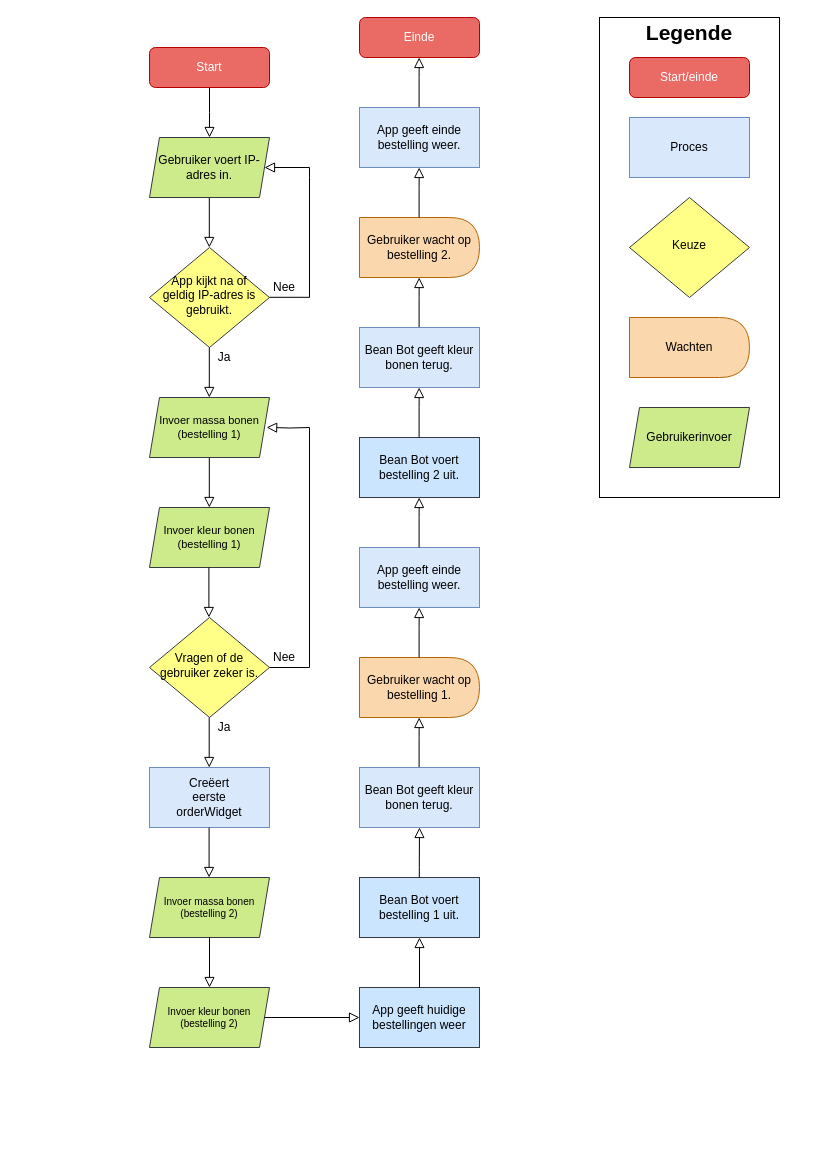
The draw.io diagram assets/Flowchart/flowchart.drawio in nickmansrob/pno2-beans, before the edit. Source tidied: cells renumbered, new cells numbered last; positions are measured from the earlier drawing's top-left corner, leaving out a move shared by most shapes. Both pictures are drawn from the tidied source at 100%, with x=0, y=0 at pixel (149, 17).
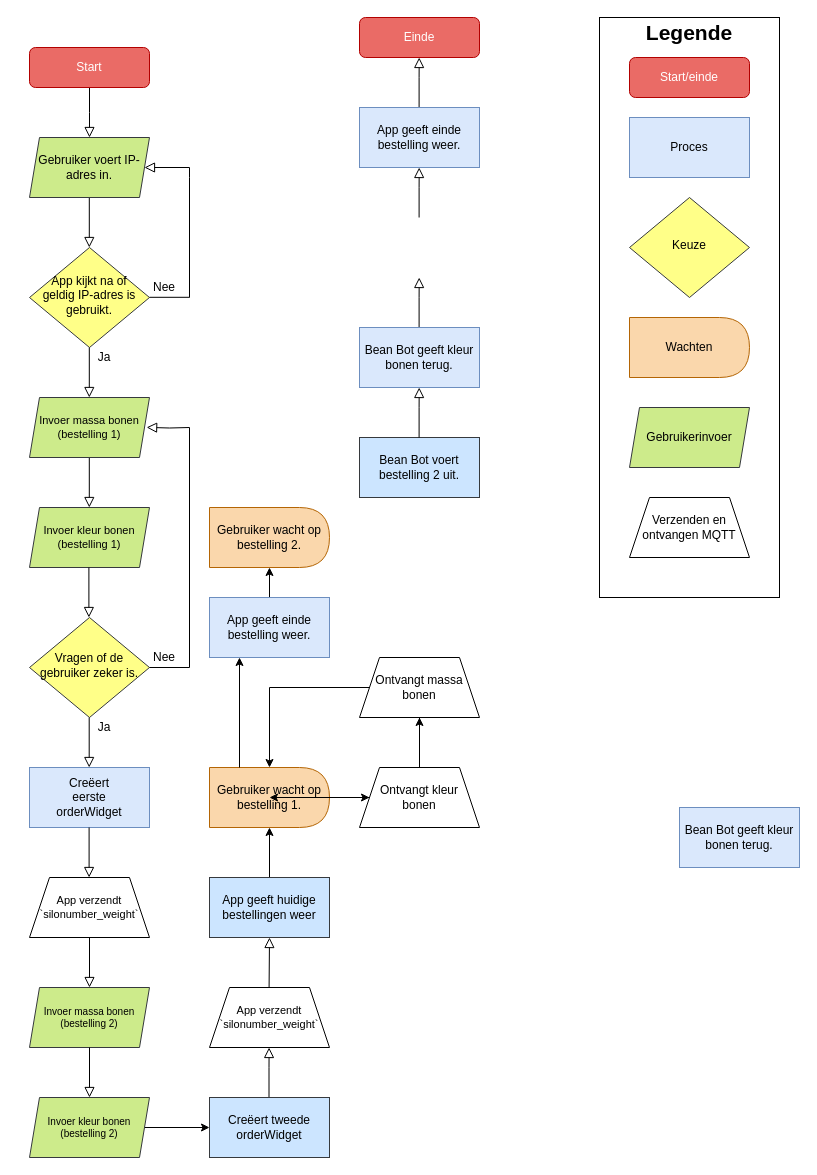
The same diagram, later.

Commit message (it also covers changes not shown here):
Flowchart updates and added belt emptier

Diff of the diagram source:
```diff
@@
     <mxCell id="2" style="rounded=0;whiteSpace=wrap;html=1;fontSize=12;fillColor=none;" parent="1" vertex="1">
-      <mxGeometry x="450" width="180" height="480" as="geometry" />
+      <mxGeometry x="450" width="180" height="580" as="geometry" />
     </mxCell>
     <mxCell id="3" style="rounded=0;html=1;jettySize=auto;fontSize=11;endArrow=block;endFill=0;endSize=8;strokeWidth=1;shadow=0;labelBackgroundColor=none;edgeStyle=orthogonalEdgeStyle;" parent="1" edge="1" source="4">
       <mxGeometry relative="1" as="geometry">
-        <mxPoint x="60" y="120" as="targetPoint" />
+        <mxPoint x="-60" y="120" as="targetPoint" />
       </mxGeometry>
     </mxCell>
     <mxCell id="4" value="&lt;div&gt;Start&lt;/div&gt;" style="rounded=1;whiteSpace=wrap;html=1;fontSize=12;glass=0;strokeWidth=1;shadow=0;fillColor=#EA6B66;strokeColor=#B20000;fontColor=#ffffff;" parent="1" vertex="1">
-      <mxGeometry y="30" width="120" height="40" as="geometry" />
+      <mxGeometry x="-120" y="30" width="120" height="40" as="geometry" />
     </mxCell>
     <mxCell id="5" style="rounded=0;html=1;jettySize=auto;orthogonalLoop=1;fontSize=11;endArrow=block;endFill=0;endSize=8;strokeWidth=1;shadow=0;labelBackgroundColor=none;edgeStyle=orthogonalEdgeStyle;" parent="1" edge="1">
       <mxGeometry relative="1" as="geometry">
-        <mxPoint x="59.8" y="180" as="sourcePoint" />
-        <mxPoint x="59.8" y="230" as="targetPoint" />
+        <mxPoint x="-60.2" y="180" as="sourcePoint" />
+        <mxPoint x="-60.2" y="230" as="targetPoint" />
       </mxGeometry>
     </mxCell>
     <mxCell id="6" style="rounded=0;html=1;jettySize=auto;orthogonalLoop=1;fontSize=11;endArrow=block;endFill=0;endSize=8;strokeWidth=1;shadow=0;labelBackgroundColor=none;edgeStyle=orthogonalEdgeStyle;" parent="1" edge="1">
       <mxGeometry relative="1" as="geometry">
-        <mxPoint x="59.8" y="440" as="sourcePoint" />
-        <mxPoint x="59.8" y="490" as="targetPoint" />
+        <mxPoint x="-60.2" y="440" as="sourcePoint" />
+        <mxPoint x="-60.2" y="490" as="targetPoint" />
       </mxGeometry>
     </mxCell>
     <mxCell id="7" value="&lt;div&gt;Vragen of de gebruiker zeker is.&lt;/div&gt;" style="rhombus;whiteSpace=wrap;html=1;shadow=0;fontFamily=Helvetica;fontSize=12;align=center;strokeWidth=1;spacing=6;spacingTop=-4;fillColor=#ffff88;strokeColor=#36393d;" parent="1" vertex="1">
-      <mxGeometry y="600" width="120" height="100" as="geometry" />
+      <mxGeometry x="-120" y="600" width="120" height="100" as="geometry" />
     </mxCell>
     <mxCell id="8" style="endArrow=none;html=1;rounded=0;" parent="1" edge="1">
       <mxGeometry relative="1" as="geometry">
-        <mxPoint x="160" y="650" as="sourcePoint" />
-        <mxPoint x="160" y="410" as="targetPoint" />
+        <mxPoint x="40" y="650" as="sourcePoint" />
+        <mxPoint x="40" y="410" as="targetPoint" />
       </mxGeometry>
     </mxCell>
     <mxCell id="9" style="endArrow=none;html=1;rounded=0;exitX=1;exitY=0.5;exitDx=0;exitDy=0;" parent="1" edge="1" source="7">
       <mxGeometry relative="1" as="geometry">
-        <mxPoint x="160" y="650" as="targetPoint" />
+        <mxPoint x="40" y="650" as="targetPoint" />
       </mxGeometry>
     </mxCell>
     <mxCell id="10" value="Nee" style="text;html=1;strokeColor=none;fillColor=none;align=center;verticalAlign=middle;whiteSpace=wrap;rounded=0;fontSize=12;" parent="1" vertex="1">
-      <mxGeometry x="120" y="630" width="30" height="20" as="geometry" />
+      <mxGeometry y="630" width="30" height="20" as="geometry" />
     </mxCell>
     <mxCell id="11" value="Ja" style="text;html=1;strokeColor=none;fillColor=none;align=center;verticalAlign=middle;whiteSpace=wrap;rounded=0;fontSize=12;" parent="1" vertex="1">
-      <mxGeometry x="60" y="700" width="30" height="20" as="geometry" />
+      <mxGeometry x="-60" y="700" width="30" height="20" as="geometry" />
     </mxCell>
     <mxCell id="12" style="rounded=0;html=1;jettySize=auto;orthogonalLoop=1;fontSize=11;endArrow=block;endFill=0;endSize=8;strokeWidth=1;shadow=0;labelBackgroundColor=none;edgeStyle=orthogonalEdgeStyle;" parent="1" edge="1">
       <mxGeometry relative="1" as="geometry">
-        <mxPoint x="59.7" y="700" as="sourcePoint" />
-        <mxPoint x="59.7" y="750" as="targetPoint" />
+        <mxPoint x="-60.3" y="700" as="sourcePoint" />
+        <mxPoint x="-60.3" y="750" as="targetPoint" />
       </mxGeometry>
     </mxCell>
+    <mxCell id="57" style="edgeStyle=orthogonalEdgeStyle;rounded=0;jettySize=auto;html=1;fontSize=12;" parent="1" edge="1" source="13" target="20">
+      <mxGeometry relative="1" as="geometry" />
+    </mxCell>
     <mxCell id="13" value="App geeft huidige bestellingen weer" style="rounded=0;whiteSpace=wrap;html=1;fillColor=#cce5ff;strokeColor=#36393d;" parent="1" vertex="1">
-      <mxGeometry x="210" y="970" width="120" height="60" as="geometry" />
+      <mxGeometry x="60" y="860" width="120" height="60" as="geometry" />
     </mxCell>
     <mxCell id="14" value="App kijkt na of geldig IP-adres is gebruikt." style="rhombus;whiteSpace=wrap;html=1;shadow=0;fontFamily=Helvetica;fontSize=12;align=center;strokeWidth=1;spacing=6;spacingTop=-4;fillColor=#ffff88;strokeColor=#36393d;" parent="1" vertex="1">
-      <mxGeometry y="230" width="120" height="100" as="geometry" />
+      <mxGeometry x="-120" y="230" width="120" height="100" as="geometry" />
     </mxCell>
     <mxCell id="15" style="endArrow=none;html=1;rounded=0;exitX=1;exitY=0.5;exitDx=0;exitDy=0;" parent="1" edge="1">
       <mxGeometry relative="1" as="geometry">
-        <mxPoint x="120" y="279.8" as="sourcePoint" />
-        <mxPoint x="160" y="279.8" as="targetPoint" />
+        <mxPoint y="279.8" as="sourcePoint" />
+        <mxPoint x="40" y="279.8" as="targetPoint" />
       </mxGeometry>
     </mxCell>
     <mxCell id="16" style="endArrow=none;html=1;rounded=0;" parent="1" edge="1">
       <mxGeometry relative="1" as="geometry">
-        <mxPoint x="160" y="280" as="sourcePoint" />
-        <mxPoint x="160" y="160" as="targetPoint" />
+        <mxPoint x="40" y="280" as="sourcePoint" />
+        <mxPoint x="40" y="160" as="targetPoint" />
       </mxGeometry>
     </mxCell>
     <mxCell id="17" value="Nee" style="text;html=1;strokeColor=none;fillColor=none;align=center;verticalAlign=middle;whiteSpace=wrap;rounded=0;fontSize=12;" parent="1" vertex="1">
-      <mxGeometry x="120" y="260" width="30" height="20" as="geometry" />
+      <mxGeometry y="260" width="30" height="20" as="geometry" />
     </mxCell>
     <mxCell id="18" style="rounded=0;html=1;jettySize=auto;orthogonalLoop=1;fontSize=11;endArrow=block;endFill=0;endSize=8;strokeWidth=1;shadow=0;labelBackgroundColor=none;edgeStyle=orthogonalEdgeStyle;" parent="1" edge="1">
       <mxGeometry relative="1" as="geometry">
-        <mxPoint x="59.8" y="330" as="sourcePoint" />
-        <mxPoint x="59.8" y="380" as="targetPoint" />
+        <mxPoint x="-60.2" y="330" as="sourcePoint" />
+        <mxPoint x="-60.2" y="380" as="targetPoint" />
       </mxGeometry>
     </mxCell>
     <mxCell id="19" value="Ja" style="text;html=1;strokeColor=none;fillColor=none;align=center;verticalAlign=middle;whiteSpace=wrap;rounded=0;fontSize=12;" parent="1" vertex="1">
-      <mxGeometry x="60" y="330" width="30" height="20" as="geometry" />
+      <mxGeometry x="-60" y="330" width="30" height="20" as="geometry" />
     </mxCell>
+    <mxCell id="58" style="edgeStyle=orthogonalEdgeStyle;rounded=0;jettySize=auto;html=1;fontSize=12;" parent="1" edge="1" source="20" target="70">
+      <mxGeometry relative="1" as="geometry" />
+    </mxCell>
     <mxCell id="20" value="Gebruiker wacht op bestelling 1." style="shape=delay;whiteSpace=wrap;html=1;fontSize=12;fillColor=#fad7ac;strokeColor=#b46504;" parent="1" vertex="1">
-      <mxGeometry x="210" y="640" width="120" height="60" as="geometry" />
+      <mxGeometry x="60" y="750" width="120" height="60" as="geometry" />
     </mxCell>
-    <mxCell id="21" value="&lt;div&gt;Bean Bot voert bestelling 1 uit.&lt;/div&gt;" style="rounded=0;whiteSpace=wrap;html=1;fillColor=#cce5ff;strokeColor=#36393d;" parent="1" vertex="1">
-      <mxGeometry x="210" y="860" width="120" height="60" as="geometry" />
-    </mxCell>
-    <mxCell id="22" style="rounded=0;html=1;jettySize=auto;orthogonalLoop=1;fontSize=11;endArrow=block;endFill=0;endSize=8;strokeWidth=1;shadow=0;labelBackgroundColor=none;edgeStyle=orthogonalEdgeStyle;" parent="1" edge="1">
-      <mxGeometry relative="1" as="geometry">
-        <mxPoint x="269.8" y="860" as="sourcePoint" />
-        <mxPoint x="270" y="810" as="targetPoint" />
-        <Array as="points">
-          <mxPoint x="270.2" y="850" />
-          <mxPoint x="270.2" y="850" />
-        </Array>
-      </mxGeometry>
-    </mxCell>
@@
     <mxCell id="29" value="Gebruiker voert IP-adres in." style="shape=parallelogram;perimeter=parallelogramPerimeter;whiteSpace=wrap;html=1;fixedSize=1;fontSize=12;fillColor=#cdeb8b;size=10;strokeColor=#36393d;" parent="1" vertex="1">
-      <mxGeometry y="120" width="120" height="60" as="geometry" />
+      <mxGeometry x="-120" y="120" width="120" height="60" as="geometry" />
     </mxCell>
     <mxCell id="30" style="rounded=0;html=1;jettySize=auto;fontSize=11;endArrow=block;endFill=0;endSize=8;strokeWidth=1;shadow=0;labelBackgroundColor=none;edgeStyle=orthogonalEdgeStyle;entryX=1;entryY=0.5;entryDx=0;entryDy=0;" parent="1" edge="1" target="29">
       <mxGeometry relative="1" as="geometry">
-        <mxPoint x="160" y="160" as="sourcePoint" />
+        <mxPoint x="40" y="160" as="sourcePoint" />
         <Array as="points">
-          <mxPoint x="160" y="150" />
+          <mxPoint x="40" y="150" />
         </Array>
       </mxGeometry>
     </mxCell>
@@
     <mxCell id="32" value="Invoer massa bonen (bestelling 1)" style="shape=parallelogram;perimeter=parallelogramPerimeter;whiteSpace=wrap;html=1;fixedSize=1;fontSize=11;fillColor=#cdeb8b;size=10;strokeColor=#36393d;" parent="1" vertex="1">
-      <mxGeometry y="380" width="120" height="60" as="geometry" />
+      <mxGeometry x="-120" y="380" width="120" height="60" as="geometry" />
     </mxCell>
     <mxCell id="33" style="rounded=0;html=1;jettySize=auto;fontSize=11;endArrow=block;endFill=0;endSize=8;strokeWidth=1;shadow=0;labelBackgroundColor=none;edgeStyle=orthogonalEdgeStyle;entryX=0.976;entryY=0.498;entryDx=0;entryDy=0;entryPerimeter=0;" parent="1" edge="1" target="32">
       <mxGeometry relative="1" as="geometry">
-        <mxPoint x="160" y="410" as="sourcePoint" />
+        <mxPoint x="40" y="410" as="sourcePoint" />
       </mxGeometry>
     </mxCell>
     <mxCell id="34" value="&lt;div style=&quot;font-size: 11px;&quot;&gt;Invoer kleur bonen (bestelling 1)&lt;br style=&quot;font-size: 11px;&quot;&gt;&lt;/div&gt;" style="shape=parallelogram;perimeter=parallelogramPerimeter;whiteSpace=wrap;html=1;fixedSize=1;fontSize=11;fillColor=#cdeb8b;size=10;strokeColor=#36393d;" parent="1" vertex="1">
-      <mxGeometry y="490" width="120" height="60" as="geometry" />
+      <mxGeometry x="-120" y="490" width="120" height="60" as="geometry" />
     </mxCell>
     <mxCell id="35" style="rounded=0;html=1;jettySize=auto;orthogonalLoop=1;fontSize=11;endArrow=block;endFill=0;endSize=8;strokeWidth=1;shadow=0;labelBackgroundColor=none;edgeStyle=orthogonalEdgeStyle;" parent="1" edge="1">
       <mxGeometry relative="1" as="geometry">
-        <mxPoint x="59.4" y="550" as="sourcePoint" />
-        <mxPoint x="59.4" y="600" as="targetPoint" />
+        <mxPoint x="-60.6" y="550" as="sourcePoint" />
+        <mxPoint x="-60.6" y="600" as="targetPoint" />
       </mxGeometry>
     </mxCell>
@@
+    <mxCell id="59" style="edgeStyle=orthogonalEdgeStyle;rounded=0;jettySize=auto;html=1;fontSize=12;" parent="1" edge="1" source="37" target="48">
+      <mxGeometry relative="1" as="geometry" />
+    </mxCell>
     <mxCell id="37" value="App geeft einde bestelling weer." style="rounded=0;whiteSpace=wrap;html=1;fillColor=#dae8fc;strokeColor=#6c8ebf;" parent="1" vertex="1">
-      <mxGeometry x="210" y="530" width="120" height="60" as="geometry" />
+      <mxGeometry x="60" y="580" width="120" height="60" as="geometry" />
     </mxCell>
     <mxCell id="38" style="rounded=0;html=1;jettySize=auto;orthogonalLoop=1;fontSize=11;endArrow=block;endFill=0;endSize=8;strokeWidth=1;shadow=0;labelBackgroundColor=none;edgeStyle=orthogonalEdgeStyle;" parent="1" edge="1">
       <mxGeometry relative="1" as="geometry">
-        <mxPoint x="269.6" y="750" as="sourcePoint" />
-        <mxPoint x="269.7" y="700" as="targetPoint" />
+        <mxPoint x="119.5" y="1080" as="sourcePoint" />
+        <mxPoint x="119.6" y="1030" as="targetPoint" />
         <Array as="points">
-          <mxPoint x="269.7" y="720" />
-          <mxPoint x="269.7" y="720" />
+          <mxPoint x="119.6" y="1050" />
+          <mxPoint x="119.6" y="1050" />
         </Array>
       </mxGeometry>
     </mxCell>
-    <mxCell id="39" style="rounded=0;html=1;jettySize=auto;orthogonalLoop=1;fontSize=11;endArrow=block;endFill=0;endSize=8;strokeWidth=1;shadow=0;labelBackgroundColor=none;edgeStyle=orthogonalEdgeStyle;" parent="1" edge="1">
-      <mxGeometry relative="1" as="geometry">
-        <mxPoint x="269.6" y="530" as="sourcePoint" />
-        <mxPoint x="269.7" y="480" as="targetPoint" />
-        <Array as="points">
-          <mxPoint x="269.7" y="500" />
-          <mxPoint x="269.7" y="500" />
-        </Array>
-      </mxGeometry>
-    </mxCell>
@@
     <mxCell id="41" value="&lt;blockquote&gt;&lt;div&gt;Creëert eerste &lt;br&gt;&lt;/div&gt;&lt;div&gt;orderWidget&lt;/div&gt;&lt;/blockquote&gt;" style="rounded=0;whiteSpace=wrap;html=1;fillColor=#dae8fc;strokeColor=#6c8ebf;" parent="1" vertex="1">
-      <mxGeometry y="750" width="120" height="60" as="geometry" />
+      <mxGeometry x="-120" y="750" width="120" height="60" as="geometry" />
     </mxCell>
     <mxCell id="42" value="&lt;div&gt;Invoer massa bonen (bestelling 2)&lt;/div&gt;" style="shape=parallelogram;perimeter=parallelogramPerimeter;whiteSpace=wrap;html=1;fixedSize=1;fontSize=10;fillColor=#cdeb8b;size=10;strokeColor=#36393d;" parent="1" vertex="1">
-      <mxGeometry y="860" width="120" height="60" as="geometry" />
+      <mxGeometry x="-120" y="970" width="120" height="60" as="geometry" />
     </mxCell>
     <mxCell id="43" style="rounded=0;html=1;jettySize=auto;orthogonalLoop=1;fontSize=11;endArrow=block;endFill=0;endSize=8;strokeWidth=1;shadow=0;labelBackgroundColor=none;edgeStyle=orthogonalEdgeStyle;" parent="1" edge="1">
       <mxGeometry relative="1" as="geometry">
-        <mxPoint x="59.6" y="810" as="sourcePoint" />
-        <mxPoint x="59.6" y="860" as="targetPoint" />
+        <mxPoint x="-60.4" y="810" as="sourcePoint" />
+        <mxPoint x="-60.4" y="860" as="targetPoint" />
       </mxGeometry>
     </mxCell>
     <mxCell id="44" style="rounded=0;html=1;jettySize=auto;orthogonalLoop=1;fontSize=11;endArrow=block;endFill=0;endSize=8;strokeWidth=1;shadow=0;labelBackgroundColor=none;edgeStyle=orthogonalEdgeStyle;" parent="1" edge="1">
       <mxGeometry relative="1" as="geometry">
-        <mxPoint x="60" y="920" as="sourcePoint" />
-        <mxPoint x="60" y="970" as="targetPoint" />
+        <mxPoint x="-60" y="1030" as="sourcePoint" />
+        <mxPoint x="-60" y="1080" as="targetPoint" />
       </mxGeometry>
     </mxCell>
+    <mxCell id="60" style="edgeStyle=orthogonalEdgeStyle;rounded=0;jettySize=auto;html=1;" parent="1" edge="1" source="45" target="61">
+      <mxGeometry relative="1" as="geometry" />
+    </mxCell>
     <mxCell id="45" value="&lt;div&gt;Invoer kleur bonen (bestelling 2)&lt;/div&gt;" style="shape=parallelogram;perimeter=parallelogramPerimeter;whiteSpace=wrap;html=1;fixedSize=1;fontSize=10;fillColor=#cdeb8b;size=10;strokeColor=#36393d;" parent="1" vertex="1">
-      <mxGeometry y="970" width="120" height="60" as="geometry" />
+      <mxGeometry x="-120" y="1080" width="120" height="60" as="geometry" />
     </mxCell>
-    <mxCell id="46" style="rounded=0;html=1;jettySize=auto;fontSize=11;endArrow=block;endFill=0;endSize=8;strokeWidth=1;shadow=0;labelBackgroundColor=none;edgeStyle=orthogonalEdgeStyle;exitX=1;exitY=0.5;exitDx=0;exitDy=0;entryX=0;entryY=0.5;entryDx=0;entryDy=0;" parent="1" edge="1" source="45" target="13">
-      <mxGeometry relative="1" as="geometry" />
-    </mxCell>
-    <mxCell id="47" style="rounded=0;html=1;jettySize=auto;fontSize=11;endArrow=block;endFill=0;endSize=8;strokeWidth=1;shadow=0;labelBackgroundColor=none;edgeStyle=orthogonalEdgeStyle;exitX=0.5;exitY=0;exitDx=0;exitDy=0;" parent="1" edge="1" source="13">
-      <mxGeometry relative="1" as="geometry">
-        <mxPoint x="270" y="920" as="targetPoint" />
-      </mxGeometry>
-    </mxCell>
     <mxCell id="48" value="Gebruiker wacht op bestelling 2." style="shape=delay;whiteSpace=wrap;html=1;fontSize=12;fillColor=#fad7ac;strokeColor=#b46504;" parent="1" vertex="1">
-      <mxGeometry x="210" y="200" width="120" height="60" as="geometry" />
+      <mxGeometry x="60" y="490" width="120" height="60" as="geometry" />
     </mxCell>
@@
     <mxCell id="51" value="Bean Bot geeft kleur bonen terug." style="rounded=0;whiteSpace=wrap;html=1;fillColor=#dae8fc;strokeColor=#6c8ebf;" parent="1" vertex="1">
-      <mxGeometry x="210" y="750" width="120" height="60" as="geometry" />
+      <mxGeometry x="530" y="790" width="120" height="60" as="geometry" />
     </mxCell>
-    <mxCell id="52" style="rounded=0;html=1;jettySize=auto;orthogonalLoop=1;fontSize=11;endArrow=block;endFill=0;endSize=8;strokeWidth=1;shadow=0;labelBackgroundColor=none;edgeStyle=orthogonalEdgeStyle;" parent="1" edge="1">
+    <mxCell id="52" style="rounded=0;html=1;jettySize=auto;fontSize=11;endArrow=block;endFill=0;endSize=8;strokeWidth=1;shadow=0;labelBackgroundColor=none;edgeStyle=orthogonalEdgeStyle;entryX=0.5;entryY=1;entryDx=0;entryDy=0;" parent="1" edge="1" target="13">
       <mxGeometry relative="1" as="geometry">
-        <mxPoint x="269.6" y="640" as="sourcePoint" />
-        <mxPoint x="269.7" y="590" as="targetPoint" />
-        <Array as="points">
-          <mxPoint x="269.7" y="610" />
-          <mxPoint x="269.7" y="610" />
-        </Array>
+        <mxPoint x="119.5" y="980" as="sourcePoint" />
       </mxGeometry>
     </mxCell>
@@
+    <mxCell id="61" value="&lt;div&gt;Creëert tweede orderWidget&lt;/div&gt;" style="rounded=0;whiteSpace=wrap;html=1;fillColor=#cce5ff;strokeColor=#36393d;" parent="1" vertex="1">
+      <mxGeometry x="60" y="1080" width="120" height="60" as="geometry" />
+    </mxCell>
+    <mxCell id="62" value="Verzenden en ontvangen MQTT" style="shape=trapezoid;perimeter=trapezoidPerimeter;whiteSpace=wrap;html=1;fixedSize=1;" parent="1" vertex="1">
+      <mxGeometry x="480" y="480" width="120" height="60" as="geometry" />
+    </mxCell>
+    <mxCell id="63" value="App verzendt `silonumber_weight`" style="shape=trapezoid;perimeter=trapezoidPerimeter;whiteSpace=wrap;html=1;fixedSize=1;fontSize=11;" parent="1" vertex="1">
+      <mxGeometry x="-120" y="860" width="120" height="60" as="geometry" />
+    </mxCell>
+    <mxCell id="64" style="rounded=0;html=1;jettySize=auto;orthogonalLoop=1;fontSize=11;endArrow=block;endFill=0;endSize=8;strokeWidth=1;shadow=0;labelBackgroundColor=none;edgeStyle=orthogonalEdgeStyle;" parent="1" edge="1">
+      <mxGeometry relative="1" as="geometry">
+        <mxPoint x="-60" y="920" as="sourcePoint" />
+        <mxPoint x="-60" y="970" as="targetPoint" />
+      </mxGeometry>
+    </mxCell>
+    <mxCell id="65" value="App verzendt `silonumber_weight`" style="shape=trapezoid;perimeter=trapezoidPerimeter;whiteSpace=wrap;html=1;fixedSize=1;fontSize=11;" parent="1" vertex="1">
+      <mxGeometry x="60" y="970" width="120" height="60" as="geometry" />
+    </mxCell>
+    <mxCell id="66" style="edgeStyle=orthogonalEdgeStyle;rounded=0;jettySize=auto;html=1;fontSize=12;" parent="1" edge="1" source="70" target="71">
+      <mxGeometry relative="1" as="geometry" />
+    </mxCell>
+    <mxCell id="67" style="edgeStyle=orthogonalEdgeStyle;rounded=0;jettySize=auto;html=1;fontSize=12;" parent="1" edge="1" source="70">
+      <mxGeometry relative="1" as="geometry">
+        <mxPoint x="270" y="670" as="targetPoint" />
+      </mxGeometry>
+    </mxCell>
+    <mxCell id="68" style="edgeStyle=orthogonalEdgeStyle;rounded=0;jettySize=auto;html=1;fontSize=12;" parent="1" edge="1" source="70">
+      <mxGeometry relative="1" as="geometry">
+        <mxPoint x="270" y="670" as="targetPoint" />
+      </mxGeometry>
+    </mxCell>
+    <mxCell id="69" style="edgeStyle=orthogonalEdgeStyle;rounded=0;jettySize=auto;html=1;fontSize=12;" parent="1" edge="1" source="70">
+      <mxGeometry relative="1" as="geometry">
+        <mxPoint x="120" y="780" as="targetPoint" />
+      </mxGeometry>
+    </mxCell>
+    <mxCell id="70" value="Ontvangt kleur &lt;br&gt;bonen" style="shape=trapezoid;perimeter=trapezoidPerimeter;whiteSpace=wrap;html=1;fixedSize=1;" parent="1" vertex="1">
+      <mxGeometry x="210" y="750" width="120" height="60" as="geometry" />
+    </mxCell>
+    <mxCell id="71" value="Ontvangt massa bonen" style="shape=trapezoid;perimeter=trapezoidPerimeter;whiteSpace=wrap;html=1;fixedSize=1;" parent="1" vertex="1">
+      <mxGeometry x="210" y="640" width="120" height="60" as="geometry" />
+    </mxCell>
+    <mxCell id="72" style="endArrow=classic;html=1;rounded=0;fontSize=12;entryX=0.5;entryY=0;entryDx=0;entryDy=0;exitX=0;exitY=0.5;exitDx=0;exitDy=0;" parent="1" edge="1" source="71" target="20">
+      <mxGeometry relative="1" as="geometry">
+        <Array as="points">
+          <mxPoint x="120" y="670" />
+        </Array>
+      </mxGeometry>
+    </mxCell>
+    <mxCell id="73" style="endArrow=classic;html=1;rounded=0;fontSize=12;exitX=0.25;exitY=0;exitDx=0;exitDy=0;entryX=0.25;entryY=1;entryDx=0;entryDy=0;" parent="1" edge="1" source="20" target="37">
+      <mxGeometry relative="1" as="geometry" />
+    </mxCell>
```
